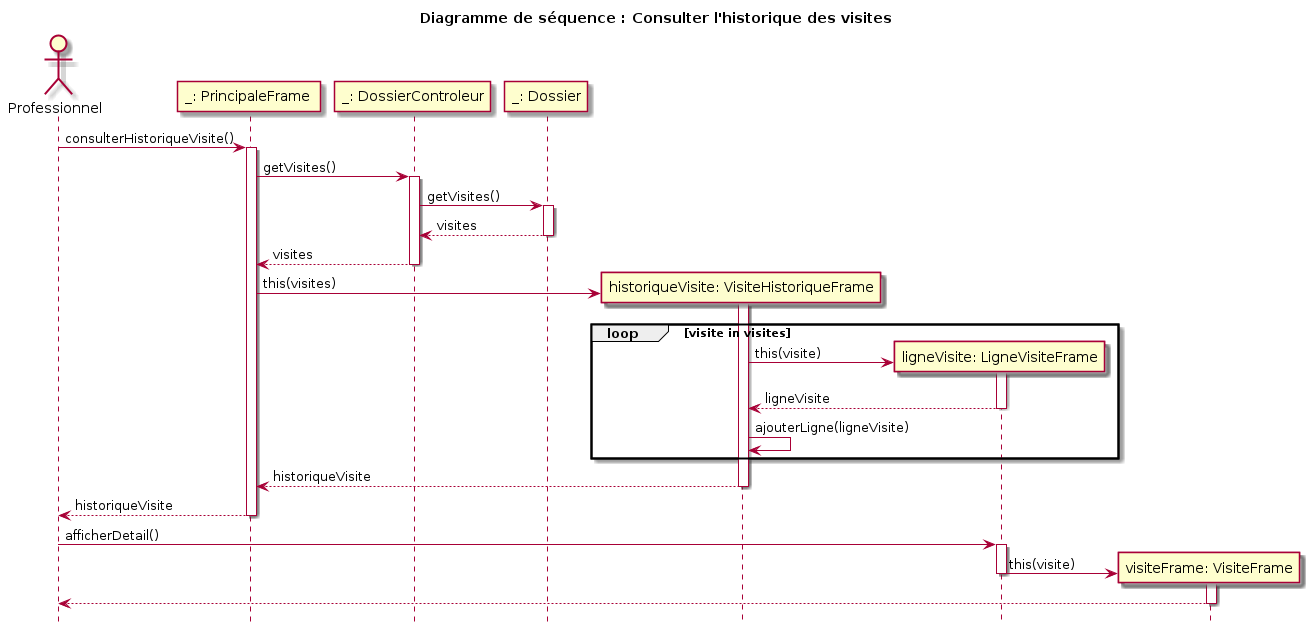
fethiuqam/INF5153-Projet-Session keeps this PlantUML diagram as models/sequence_diagram_consulter_historique.png. Above is the earlier version.
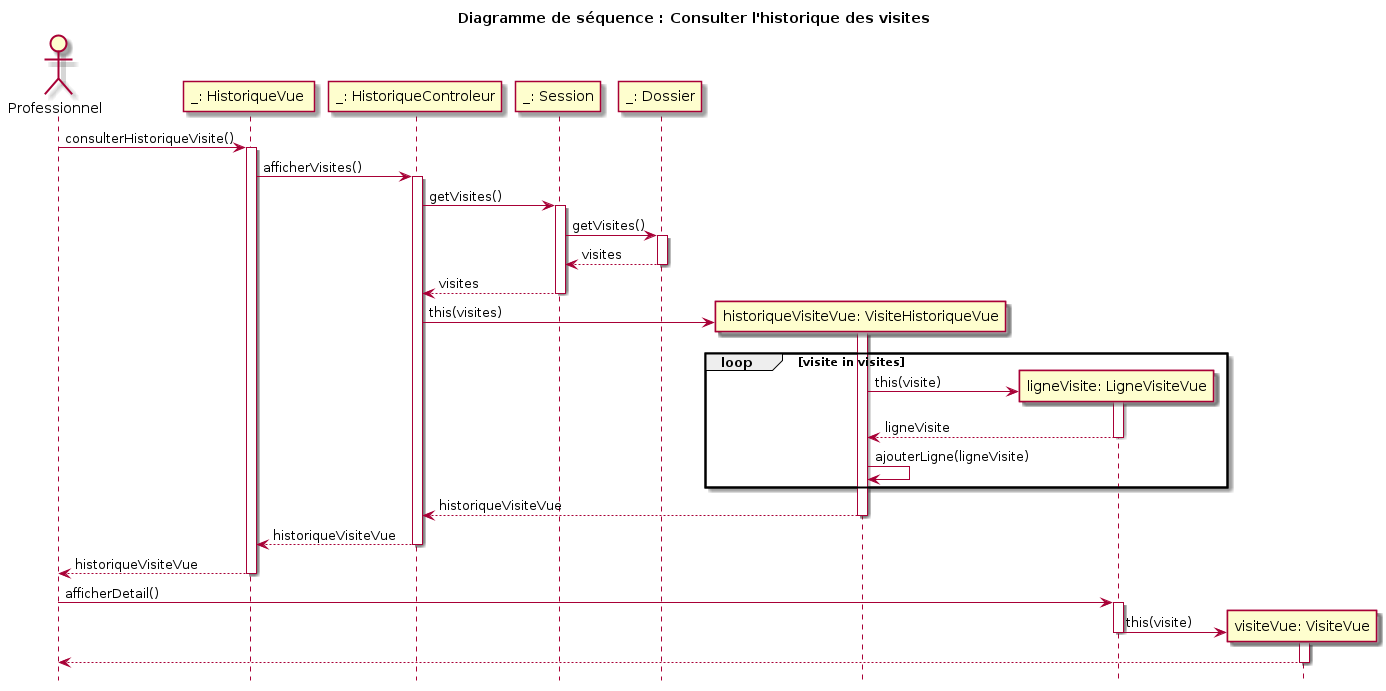
After the commit.

Commit message:
modification du diagramme de sequence consulter historique

Change to the diagram source:
```diff
@@ -5,43 +5,47 @@
 
 actor "Professionnel" as pro
 
-participant "_: PrincipaleFrame " as df
+participant "_: HistoriqueVue " as df
 pro -> df : consulterHistoriqueVisite()
 activate df
-    participant "_: DossierControleur" as dc
-    df -> dc : getVisites()
+    participant "_: HistoriqueControleur" as dc
+    df -> dc : afficherVisites()
     activate dc
-    participant "_: Dossier" as d
+    participant "_: Session" as d
     dc -> d : getVisites()
     activate d
+    participant "_: Dossier" as dsr
+        d -> dsr : getVisites()
+        activate dsr
+        dsr --> d : visites
+        deactivate dsr
     d --> dc : visites
     deactivate d
-    dc --> df : visites
-    deactivate dc
-    create participant "historiqueVisite: VisiteHistoriqueFrame" as vhf
-    df -> vhf: this(visites)
+    create participant "historiqueVisiteVue: VisiteHistoriqueVue" as vhf
+    dc -> vhf: this(visites)
     activate vhf
     loop visite in visites
-        create participant "ligneVisite: LigneVisiteFrame" as lvf
+        create participant "ligneVisite: LigneVisiteVue" as lvf
             vhf -> lvf : this(visite)
             activate lvf
             lvf --> vhf : ligneVisite
             deactivate lvf
         vhf -> vhf : ajouterLigne(ligneVisite)
     end
-    vhf --> df : historiqueVisite
+    vhf --> dc : historiqueVisiteVue
     deactivate vhf
-    df --> pro : historiqueVisite
+    dc --> df : historiqueVisiteVue
+    deactivate dc
+    df --> pro : historiqueVisiteVue
 deactivate df
 
 pro -> lvf : afficherDetail()
 activate lvf
-create participant "visiteFrame: VisiteFrame" as vf
+create participant "visiteVue: VisiteVue" as vf
     lvf -> vf: this(visite)
     deactivate lvf
     activate vf
     vf --> pro
     deactivate vf
 
-
 @enduml
```
